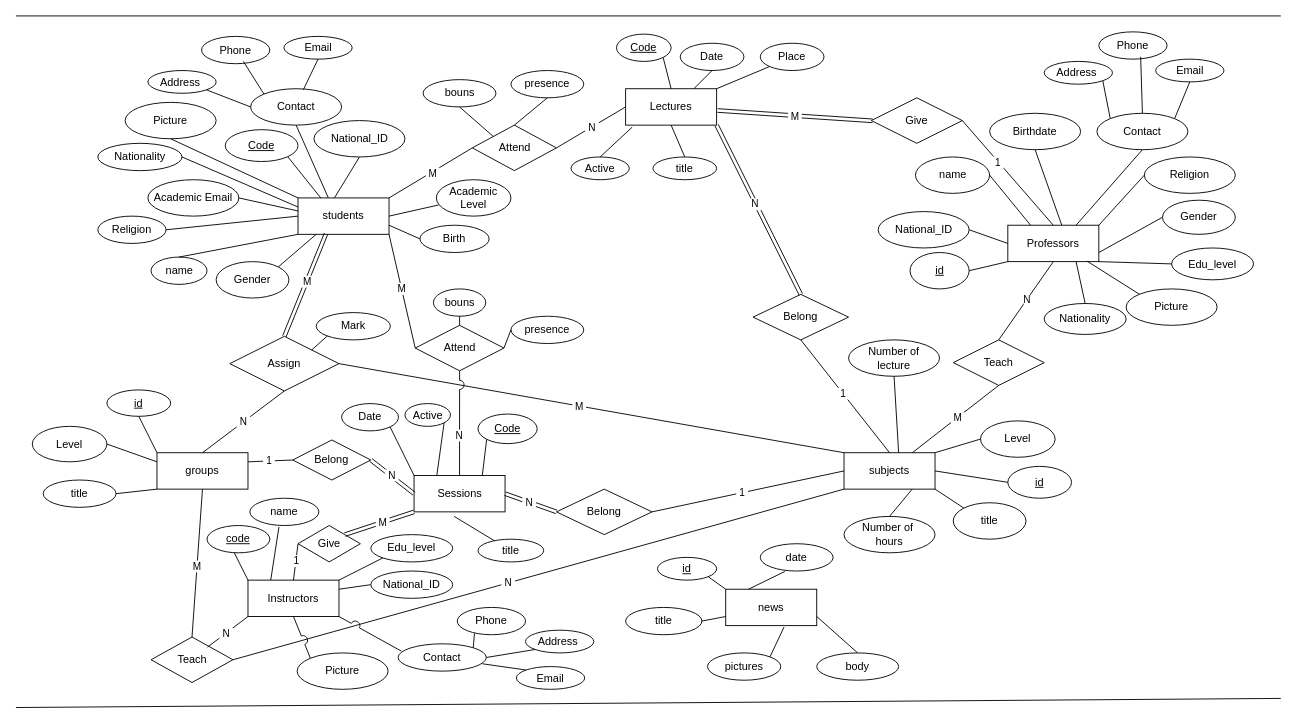
This is Database/ERD.drawio from TulaBy/Documentation, a draw.io file, before an edit. Source tidied: cells renumbered, new cells numbered last; positions are measured from the earlier drawing's top-left corner, leaving out a move shared by most shapes. Both pictures are drawn from the tidied source at 91%, with x=0, y=0 at pixel (15, 15).
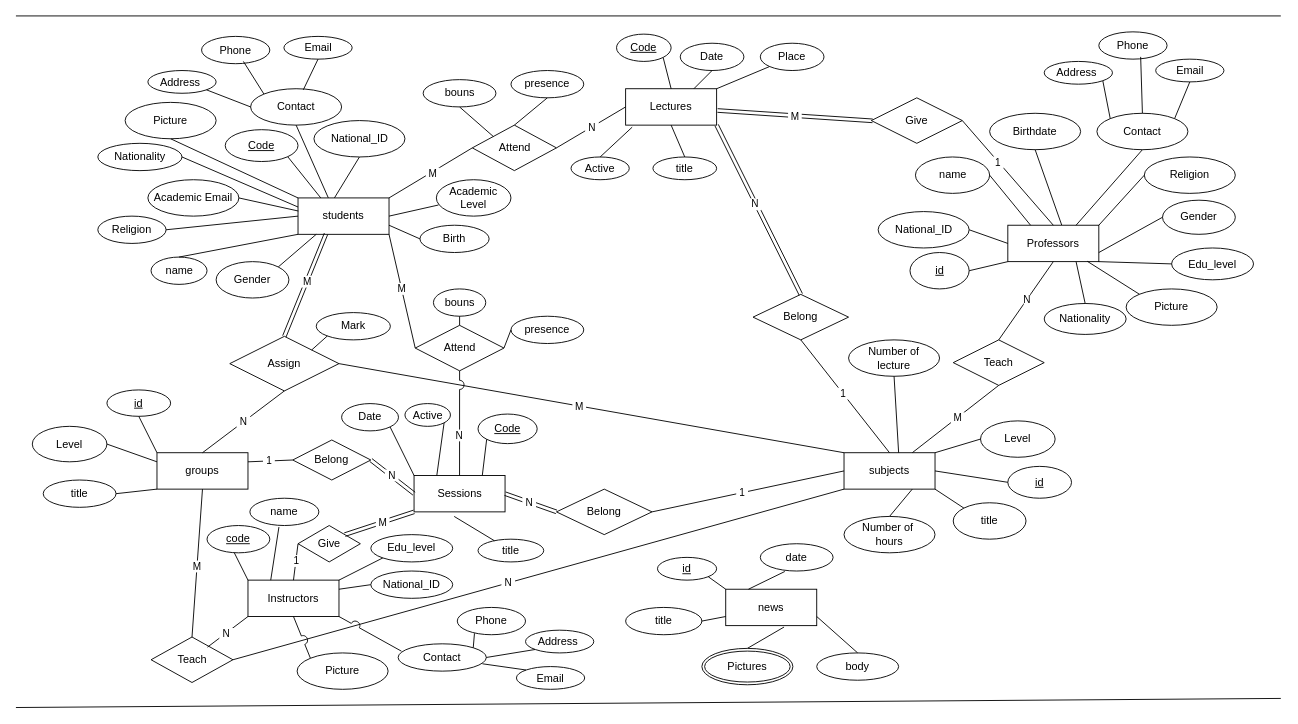
The same diagram, later.

The change refers to these unchanged cells:
```xml
<mxCell id="4" value="news" style="rounded=0;arcSize=10;whiteSpace=wrap;html=1;align=center;" parent="1" vertex="1">
  <mxGeometry x="780" y="630" width="100" height="40" as="geometry" />
</mxCell>
```

What changed in the source:
```diff
@@
-    <mxCell id="141" value="pictures" style="ellipse;whiteSpace=wrap;html=1;align=center;" parent="1" vertex="1">
-      <mxGeometry x="760" y="700" width="80.5" height="30" as="geometry" />
-    </mxCell>
@@
-    <mxCell id="144" style="endArrow=none;html=1;rounded=0;entryX=0.641;entryY=1.039;entryDx=0;entryDy=0;entryPerimeter=0;exitX=1;exitY=0;exitDx=0;exitDy=0;" parent="1" edge="1" source="141" target="4">
+    <mxCell id="144" style="endArrow=none;html=1;rounded=0;entryX=0.641;entryY=1.039;entryDx=0;entryDy=0;entryPerimeter=0;exitX=0.5;exitY=0;exitDx=0;exitDy=0;" parent="1" edge="1" source="191" target="4">
       <mxGeometry relative="1" as="geometry" />
     </mxCell>
@@
+    <mxCell id="191" value="Pictures" style="ellipse;shape=doubleEllipse;margin=3;whiteSpace=wrap;html=1;align=center;" parent="1" vertex="1">
+      <mxGeometry x="753.8" y="695" width="100" height="40" as="geometry" />
+    </mxCell>
```
